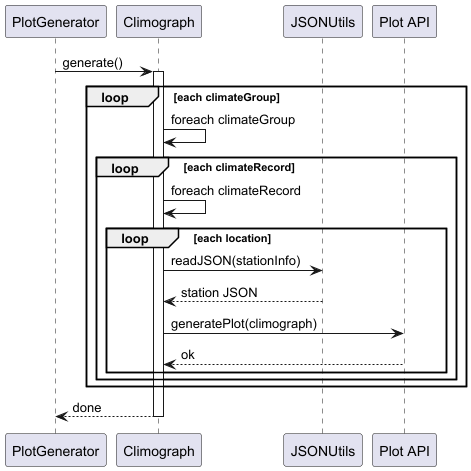
The PlantUML diagram big-data-core/documentation/export/plot_generation/climographs_execution.png in cfkr-dev/aemet_spark_study, before a commit.
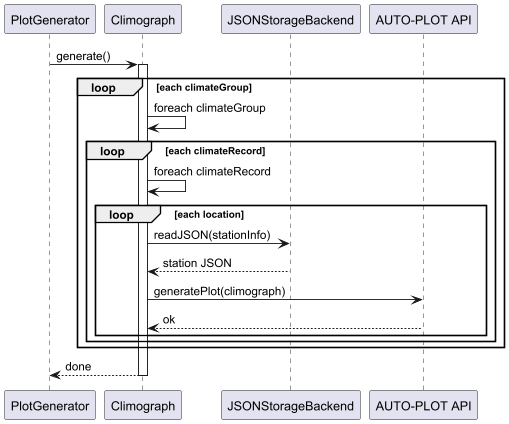
Later version of the same file.

The edit, as a diff of the source:
```diff
@@ -1,8 +1,8 @@
 @startuml
 participant "PlotGenerator" as PLOT_GENERATOR
 participant "Climograph" as CLIMOGRAPH
-participant "JSONUtils" as JSON_UTILS
-participant "Plot API" as PLOT_API
+participant "JSONStorageBackend" as JSON_STORAGE_BACKEND
+participant "AUTO-PLOT API" as AUTO_PLOT_API
 
 PLOT_GENERATOR -> CLIMOGRAPH : generate()
 activate CLIMOGRAPH
@@ -14,11 +14,11 @@
         CLIMOGRAPH -> CLIMOGRAPH : foreach climateRecord
 
         loop each location
-            CLIMOGRAPH -> JSON_UTILS : readJSON(stationInfo)
-            JSON_UTILS --> CLIMOGRAPH : station JSON
+            CLIMOGRAPH -> JSON_STORAGE_BACKEND : readJSON(stationInfo)
+            JSON_STORAGE_BACKEND --> CLIMOGRAPH : station JSON
 
-            CLIMOGRAPH -> PLOT_API : generatePlot(climograph)
-            PLOT_API --> CLIMOGRAPH : ok
+            CLIMOGRAPH -> AUTO_PLOT_API : generatePlot(climograph)
+            AUTO_PLOT_API --> CLIMOGRAPH : ok
         end
     end
 end
```
